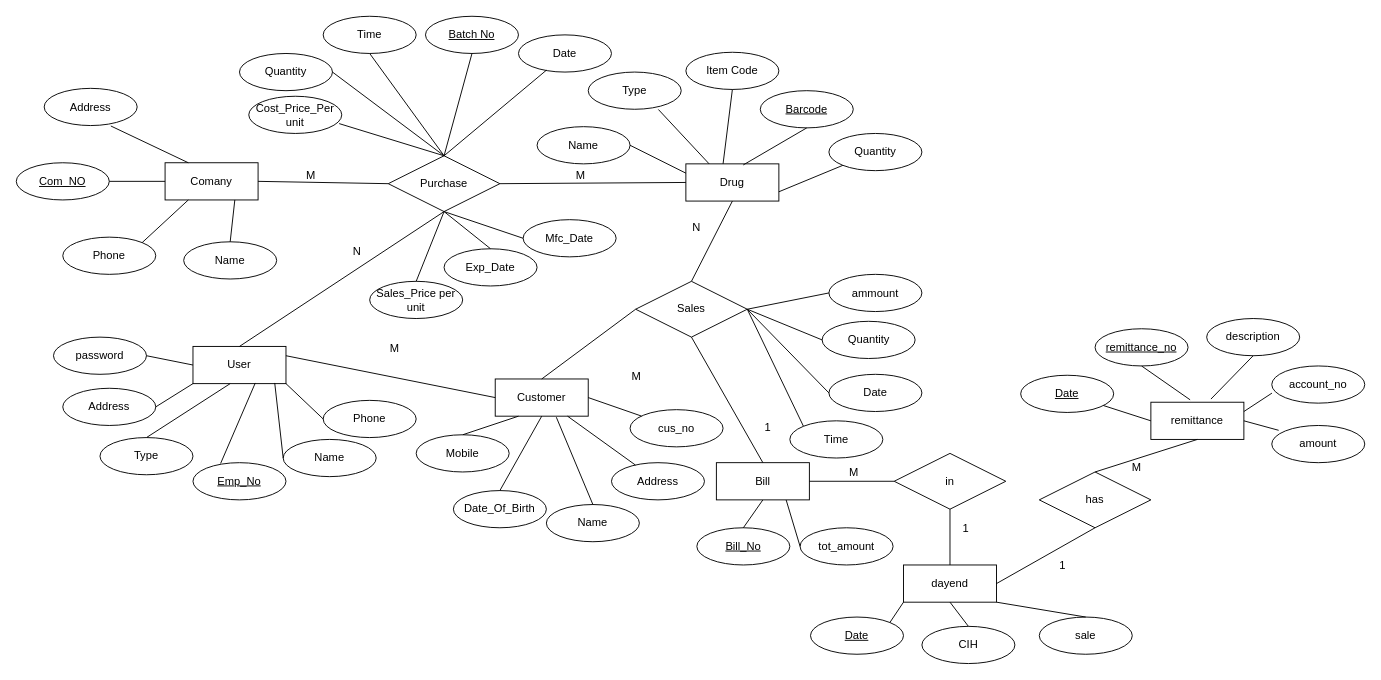
Before: diagrams/Untitled Diagram.drawio in Waruna00/Pharmacy-Management-System, a draw.io diagram. Source tidied: cells renumbered, new cells numbered last; positions are measured from the earlier drawing's top-left corner, leaving out a move shared by most shapes. Both pictures are drawn from the tidied source at 93%, with x=0, y=0 at pixel (16, 16).
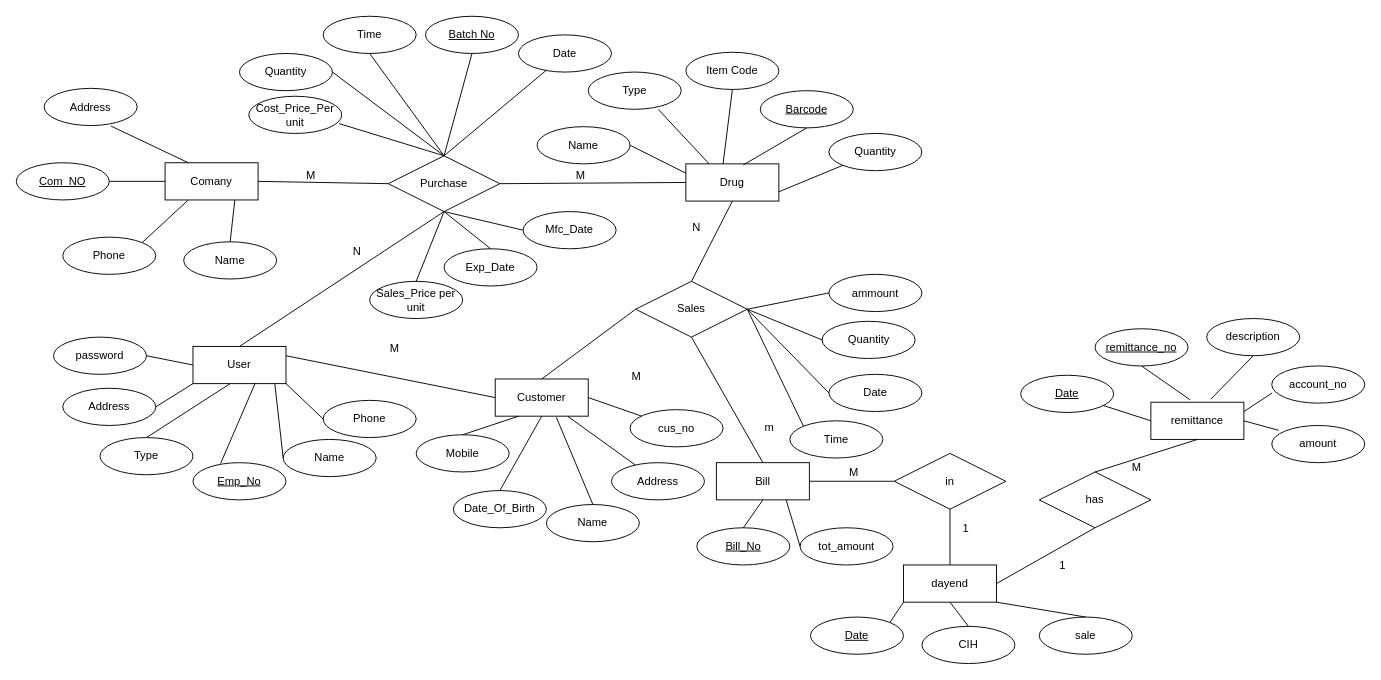
After the change.

The change refers to these unchanged cells:
```xml
<mxCell id="85" style="endArrow=none;html=1;rounded=0;exitX=0.5;exitY=0;exitDx=0;exitDy=0;entryX=0.5;entryY=1;entryDx=0;entryDy=0;" parent="1" edge="1" source="84" target="39">
  <mxGeometry relative="1" as="geometry" />
</mxCell>
```

Change to the diagram source:
```diff
@@
     <mxCell id="29" value="Mfc_Date" style="ellipse;whiteSpace=wrap;html=1;align=center;" parent="1" vertex="1">
-      <mxGeometry x="545" y="218.7" width="100" height="40" as="geometry" />
+      <mxGeometry x="545" y="210" width="100" height="40" as="geometry" />
     </mxCell>
@@
-    <mxCell id="86" value="1" style="html=1;align=left;verticalAlign=bottom;" parent="85" vertex="1">
+    <mxCell id="86" value="m" style="html=1;align=left;verticalAlign=bottom;" parent="85" vertex="1">
       <mxGeometry x="-1" relative="1" as="geometry">
         <mxPoint y="-30" as="offset" />
       </mxGeometry>
     </mxCell>
```
